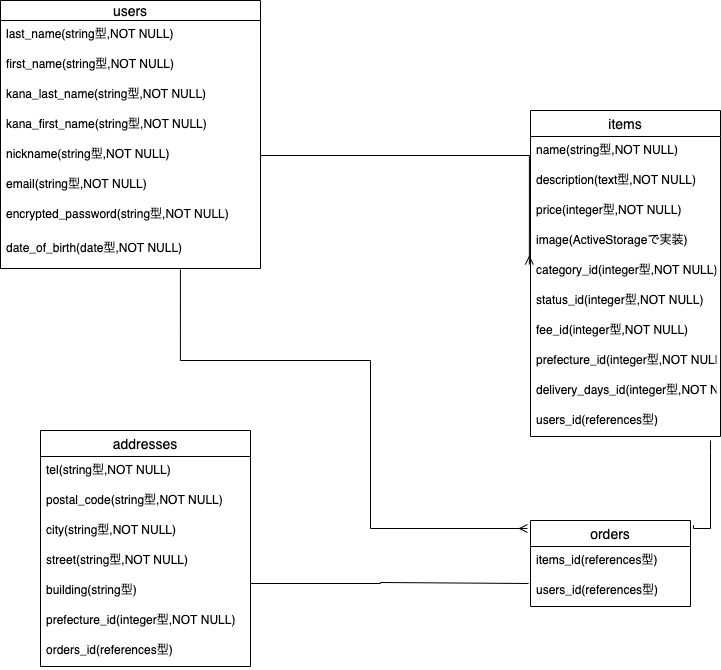
This is er.png from RyousukeOkazaki/furima-36553, a draw.io export, as it was before one commit. Source tidied: cells renumbered, new cells last; positions are measured from the earlier drawing's top-left corner, leaving out a move shared by most shapes.
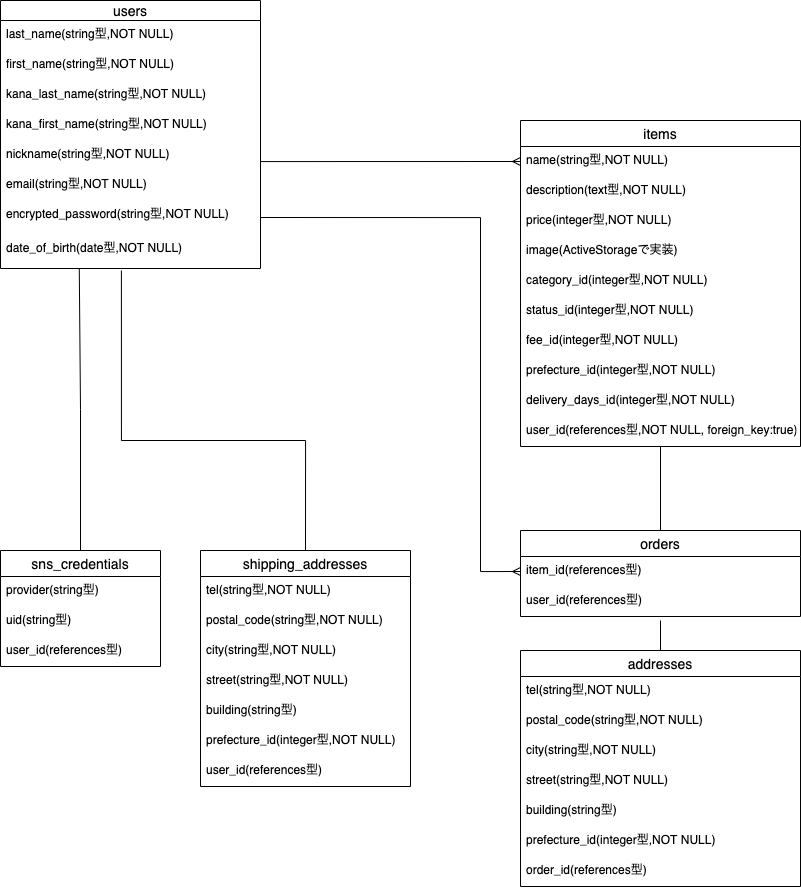
After the change.

What changed in the source:
```diff
@@ -3,7 +3,7 @@
     <mxCell id="0" />
     <mxCell id="1" parent="0" />
     <mxCell id="2" value="users" style="swimlane;fontStyle=0;horizontal=1;startSize=20;align=center;fontSize=14;" parent="1" vertex="1">
-      <mxGeometry width="260" height="268" as="geometry" />
+      <mxGeometry x="10" y="-10" width="260" height="268" as="geometry" />
     </mxCell>
     <mxCell id="3" value="last_name(string型,NOT NULL)" style="text;strokeColor=none;fillColor=none;spacingLeft=4;spacingRight=4;overflow=hidden;fontSize=12;" parent="2" vertex="1">
       <mxGeometry y="20" width="260" height="30" as="geometry" />
@@ -30,103 +30,138 @@
       <mxGeometry y="234" width="260" height="34" as="geometry" />
     </mxCell>
     <mxCell id="11" value="items" style="swimlane;fontStyle=0;horizontal=1;startSize=26;align=center;fontSize=14;" parent="1" vertex="1">
-      <mxGeometry x="530" y="110" width="190" height="326" as="geometry" />
+      <mxGeometry x="530" y="110" width="280" height="326" as="geometry" />
     </mxCell>
     <mxCell id="12" value="name(string型,NOT NULL)" style="text;strokeColor=none;fillColor=none;spacingLeft=4;spacingRight=4;overflow=hidden;points=[[0,0.5],[1,0.5]];portConstraint=eastwest;fontSize=12;" parent="11" vertex="1">
-      <mxGeometry y="26" width="190" height="30" as="geometry" />
+      <mxGeometry y="26" width="280" height="30" as="geometry" />
     </mxCell>
     <mxCell id="13" value="description(text型,NOT NULL)" style="text;strokeColor=none;fillColor=none;spacingLeft=4;spacingRight=4;overflow=hidden;fontSize=12;" parent="11" vertex="1">
-      <mxGeometry y="56" width="190" height="30" as="geometry" />
+      <mxGeometry y="56" width="280" height="30" as="geometry" />
     </mxCell>
     <mxCell id="14" value="price(integer型,NOT NULL)" style="text;strokeColor=none;fillColor=none;spacingLeft=4;spacingRight=4;overflow=hidden;fontSize=12;" parent="11" vertex="1">
-      <mxGeometry y="86" width="190" height="30" as="geometry" />
+      <mxGeometry y="86" width="280" height="30" as="geometry" />
     </mxCell>
     <mxCell id="15" value="image(ActiveStorageで実装)" style="text;strokeColor=none;fillColor=none;spacingLeft=4;spacingRight=4;overflow=hidden;fontSize=12;" parent="11" vertex="1">
-      <mxGeometry y="116" width="190" height="30" as="geometry" />
+      <mxGeometry y="116" width="280" height="30" as="geometry" />
     </mxCell>
     <mxCell id="16" value="category_id(integer型,NOT NULL)" style="text;strokeColor=none;fillColor=none;spacingLeft=4;spacingRight=4;overflow=hidden;fontSize=12;" parent="11" vertex="1">
-      <mxGeometry y="146" width="190" height="30" as="geometry" />
+      <mxGeometry y="146" width="280" height="30" as="geometry" />
     </mxCell>
     <mxCell id="17" value="status_id(integer型,NOT NULL)" style="text;strokeColor=none;fillColor=none;spacingLeft=4;spacingRight=4;overflow=hidden;fontSize=12;" parent="11" vertex="1">
-      <mxGeometry y="176" width="190" height="30" as="geometry" />
+      <mxGeometry y="176" width="280" height="30" as="geometry" />
     </mxCell>
     <mxCell id="18" value="fee_id(integer型,NOT NULL)" style="text;strokeColor=none;fillColor=none;spacingLeft=4;spacingRight=4;overflow=hidden;fontSize=12;" parent="11" vertex="1">
-      <mxGeometry y="206" width="190" height="30" as="geometry" />
+      <mxGeometry y="206" width="280" height="30" as="geometry" />
     </mxCell>
     <mxCell id="19" value="prefecture_id(integer型,NOT NULL)" style="text;strokeColor=none;fillColor=none;spacingLeft=4;spacingRight=4;overflow=hidden;fontSize=12;" parent="11" vertex="1">
-      <mxGeometry y="236" width="190" height="30" as="geometry" />
+      <mxGeometry y="236" width="280" height="30" as="geometry" />
     </mxCell>
     <mxCell id="20" value="delivery_days_id(integer型,NOT NULL)" style="text;strokeColor=none;fillColor=none;spacingLeft=4;spacingRight=4;overflow=hidden;fontSize=12;" parent="11" vertex="1">
-      <mxGeometry y="266" width="190" height="30" as="geometry" />
+      <mxGeometry y="266" width="280" height="30" as="geometry" />
     </mxCell>
-    <mxCell id="21" value="users_id(references型)" style="text;strokeColor=none;fillColor=none;spacingLeft=4;spacingRight=4;overflow=hidden;points=[[0,0.5],[1,0.5]];portConstraint=eastwest;fontSize=12;" parent="11" vertex="1">
-      <mxGeometry y="296" width="190" height="30" as="geometry" />
+    <mxCell id="21" value="user_id(references型,NOT NULL, foreign_key:true)" style="text;strokeColor=none;fillColor=none;spacingLeft=4;spacingRight=4;overflow=hidden;points=[[0,0.5],[1,0.5]];portConstraint=eastwest;fontSize=12;" parent="11" vertex="1">
+      <mxGeometry y="296" width="280" height="30" as="geometry" />
     </mxCell>
+    <mxCell id="37" style="edgeStyle=orthogonalEdgeStyle;rounded=0;jettySize=auto;html=1;exitX=0.5;exitY=0;exitDx=0;exitDy=0;entryX=0.5;entryY=1.133;entryDx=0;entryDy=0;entryPerimeter=0;endArrow=none;endFill=0;" parent="1" edge="1" source="22" target="32">
+      <mxGeometry relative="1" as="geometry" />
+    </mxCell>
     <mxCell id="22" value="addresses" style="swimlane;fontStyle=0;horizontal=1;startSize=26;align=center;fontSize=14;" parent="1" vertex="1">
-      <mxGeometry x="40" y="430" width="210" height="236" as="geometry" />
+      <mxGeometry x="530" y="640" width="280" height="236" as="geometry" />
     </mxCell>
     <mxCell id="23" value="tel(string型,NOT NULL)" style="text;strokeColor=none;fillColor=none;spacingLeft=4;spacingRight=4;overflow=hidden;fontSize=12;" parent="22" vertex="1">
-      <mxGeometry y="26" width="210" height="30" as="geometry" />
+      <mxGeometry y="26" width="280" height="30" as="geometry" />
     </mxCell>
     <mxCell id="24" value="postal_code(string型,NOT NULL)" style="text;strokeColor=none;fillColor=none;spacingLeft=4;spacingRight=4;overflow=hidden;fontSize=12;" parent="22" vertex="1">
-      <mxGeometry y="56" width="210" height="30" as="geometry" />
+      <mxGeometry y="56" width="280" height="30" as="geometry" />
     </mxCell>
     <mxCell id="25" value="city(string型,NOT NULL)" style="text;strokeColor=none;fillColor=none;spacingLeft=4;spacingRight=4;overflow=hidden;points=[[0,0.5],[1,0.5]];portConstraint=eastwest;fontSize=12;" parent="22" vertex="1">
-      <mxGeometry y="86" width="210" height="30" as="geometry" />
+      <mxGeometry y="86" width="280" height="30" as="geometry" />
     </mxCell>
     <mxCell id="26" value="street(string型,NOT NULL)" style="text;strokeColor=none;fillColor=none;spacingLeft=4;spacingRight=4;overflow=hidden;fontSize=12;" parent="22" vertex="1">
-      <mxGeometry y="116" width="210" height="30" as="geometry" />
+      <mxGeometry y="116" width="280" height="30" as="geometry" />
     </mxCell>
     <mxCell id="27" value="building(string型)" style="text;strokeColor=none;fillColor=none;spacingLeft=4;spacingRight=4;overflow=hidden;fontSize=12;" parent="22" vertex="1">
-      <mxGeometry y="146" width="210" height="30" as="geometry" />
+      <mxGeometry y="146" width="280" height="30" as="geometry" />
     </mxCell>
     <mxCell id="28" value="prefecture_id(integer型,NOT NULL)" style="text;strokeColor=none;fillColor=none;spacingLeft=4;spacingRight=4;overflow=hidden;fontSize=12;" parent="22" vertex="1">
-      <mxGeometry y="176" width="210" height="30" as="geometry" />
+      <mxGeometry y="176" width="280" height="30" as="geometry" />
     </mxCell>
-    <mxCell id="29" value="orders_id(references型)" style="text;strokeColor=none;fillColor=none;spacingLeft=4;spacingRight=4;overflow=hidden;fontSize=12;" parent="22" vertex="1">
-      <mxGeometry y="206" width="210" height="30" as="geometry" />
+    <mxCell id="29" value="order_id(references型)" style="text;strokeColor=none;fillColor=none;spacingLeft=4;spacingRight=4;overflow=hidden;fontSize=12;" parent="22" vertex="1">
+      <mxGeometry y="206" width="280" height="30" as="geometry" />
     </mxCell>
+    <mxCell id="38" style="edgeStyle=orthogonalEdgeStyle;rounded=0;jettySize=auto;html=1;exitX=0.5;exitY=0;exitDx=0;exitDy=0;entryX=0.5;entryY=1;entryDx=0;entryDy=0;entryPerimeter=0;endArrow=none;endFill=0;" parent="1" edge="1" source="30" target="21">
+      <mxGeometry relative="1" as="geometry" />
+    </mxCell>
     <mxCell id="30" value="orders" style="swimlane;fontStyle=0;horizontal=1;startSize=26;align=center;fontSize=14;" parent="1" vertex="1">
-      <mxGeometry x="530" y="520" width="160" height="86" as="geometry" />
+      <mxGeometry x="530" y="520" width="280" height="86" as="geometry" />
     </mxCell>
-    <mxCell id="31" value="items_id(references型)    " style="text;strokeColor=none;fillColor=none;spacingLeft=4;spacingRight=4;overflow=hidden;points=[[0,0.5],[1,0.5]];portConstraint=eastwest;fontSize=12;" parent="30" vertex="1">
-      <mxGeometry y="26" width="160" height="30" as="geometry" />
+    <mxCell id="31" value="item_id(references型)    " style="text;strokeColor=none;fillColor=none;spacingLeft=4;spacingRight=4;overflow=hidden;points=[[0,0.5],[1,0.5]];portConstraint=eastwest;fontSize=12;" parent="30" vertex="1">
+      <mxGeometry y="26" width="280" height="30" as="geometry" />
     </mxCell>
-    <mxCell id="32" value="users_id(references型)" style="text;strokeColor=none;fillColor=none;spacingLeft=4;spacingRight=4;overflow=hidden;points=[[0,0.5],[1,0.5]];portConstraint=eastwest;fontSize=12;" parent="30" vertex="1">
-      <mxGeometry y="56" width="160" height="30" as="geometry" />
+    <mxCell id="32" value="user_id(references型)" style="text;strokeColor=none;fillColor=none;spacingLeft=4;spacingRight=4;overflow=hidden;points=[[0,0.5],[1,0.5]];portConstraint=eastwest;fontSize=12;" parent="30" vertex="1">
+      <mxGeometry y="56" width="280" height="30" as="geometry" />
     </mxCell>
-    <mxCell id="33" style="edgeStyle=orthogonalEdgeStyle;rounded=0;jettySize=auto;html=1;endArrow=ERmany;endFill=0;exitX=0.692;exitY=1.029;exitDx=0;exitDy=0;exitPerimeter=0;entryX=-0.019;entryY=0.093;entryDx=0;entryDy=0;entryPerimeter=0;" parent="1" edge="1" source="10" target="30">
-      <mxGeometry relative="1" as="geometry">
-        <Array as="points">
-          <mxPoint x="180" y="360" />
-          <mxPoint x="370" y="360" />
-          <mxPoint x="370" y="528" />
-        </Array>
-      </mxGeometry>
-    </mxCell>
-    <mxCell id="34" style="edgeStyle=orthogonalEdgeStyle;rounded=0;jettySize=auto;html=1;exitX=1;exitY=0.5;exitDx=0;exitDy=0;endArrow=none;endFill=0;entryX=-0.012;entryY=0.233;entryDx=0;entryDy=0;entryPerimeter=0;" parent="1" edge="1" source="25" target="32">
-      <mxGeometry relative="1" as="geometry">
-        <Array as="points">
-          <mxPoint x="250" y="583" />
-          <mxPoint x="380" y="583" />
-          <mxPoint x="380" y="582" />
-        </Array>
-      </mxGeometry>
-    </mxCell>
-    <mxCell id="35" style="edgeStyle=orthogonalEdgeStyle;rounded=0;jettySize=auto;html=1;endArrow=none;endFill=0;entryX=1.019;entryY=0.055;entryDx=0;entryDy=0;entryPerimeter=0;" parent="1" edge="1" target="30">
-      <mxGeometry relative="1" as="geometry">
-        <mxPoint x="710" y="440" as="sourcePoint" />
-        <Array as="points">
-          <mxPoint x="710" y="451" />
-          <mxPoint x="710" y="528" />
-          <mxPoint x="693" y="528" />
-        </Array>
-      </mxGeometry>
-    </mxCell>
-    <mxCell id="36" style="edgeStyle=orthogonalEdgeStyle;rounded=0;jettySize=auto;html=1;exitX=1;exitY=0.5;exitDx=0;exitDy=0;entryX=-0.006;entryY=0.267;entryDx=0;entryDy=0;entryPerimeter=0;endArrow=ERmany;endFill=0;" parent="1" edge="1" source="7">
-      <mxGeometry relative="1" as="geometry">
-        <mxPoint x="528.9" y="264" as="targetPoint" />
-      </mxGeometry>
-    </mxCell>
+    <mxCell id="39" style="edgeStyle=orthogonalEdgeStyle;rounded=0;jettySize=auto;html=1;exitX=0.5;exitY=0;exitDx=0;exitDy=0;entryX=0.303;entryY=1;entryDx=0;entryDy=0;entryPerimeter=0;startArrow=none;startFill=0;endArrow=none;endFill=0;" parent="1" edge="1" source="40" target="10">
+      <mxGeometry relative="1" as="geometry" />
+    </mxCell>
+    <mxCell id="40" value="sns_credentials" style="swimlane;fontStyle=0;horizontal=1;startSize=26;align=center;fontSize=14;" parent="1" vertex="1">
+      <mxGeometry x="10" y="540" width="160" height="116" as="geometry" />
+    </mxCell>
+    <mxCell id="41" value="provider(string型)" style="text;strokeColor=none;fillColor=none;spacingLeft=4;spacingRight=4;overflow=hidden;fontSize=12;" parent="40" vertex="1">
+      <mxGeometry y="26" width="160" height="30" as="geometry" />
+    </mxCell>
+    <mxCell id="42" value="uid(string型)" style="text;strokeColor=none;fillColor=none;spacingLeft=4;spacingRight=4;overflow=hidden;fontSize=12;" parent="40" vertex="1">
+      <mxGeometry y="56" width="160" height="30" as="geometry" />
+    </mxCell>
+    <mxCell id="43" value="user_id(references型)" style="text;strokeColor=none;fillColor=none;spacingLeft=4;spacingRight=4;overflow=hidden;fontSize=12;" parent="40" vertex="1">
+      <mxGeometry y="86" width="160" height="30" as="geometry" />
+    </mxCell>
+    <mxCell id="44" style="edgeStyle=orthogonalEdgeStyle;rounded=0;jettySize=auto;html=1;exitX=0.5;exitY=0;exitDx=0;exitDy=0;endArrow=none;endFill=0;entryX=0.465;entryY=1.059;entryDx=0;entryDy=0;entryPerimeter=0;" parent="1" edge="1" source="45" target="10">
+      <mxGeometry relative="1" as="geometry">
+        <Array as="points">
+          <mxPoint x="315" y="430" />
+          <mxPoint x="131" y="430" />
+        </Array>
+      </mxGeometry>
+    </mxCell>
+    <mxCell id="45" value="shipping_addresses" style="swimlane;fontStyle=0;horizontal=1;startSize=26;align=center;fontSize=14;" parent="1" vertex="1">
+      <mxGeometry x="210" y="540" width="210" height="236" as="geometry" />
+    </mxCell>
+    <mxCell id="46" value="tel(string型,NOT NULL)" style="text;strokeColor=none;fillColor=none;spacingLeft=4;spacingRight=4;overflow=hidden;fontSize=12;" parent="45" vertex="1">
+      <mxGeometry y="26" width="210" height="30" as="geometry" />
+    </mxCell>
+    <mxCell id="47" value="postal_code(string型,NOT NULL)" style="text;strokeColor=none;fillColor=none;spacingLeft=4;spacingRight=4;overflow=hidden;fontSize=12;" parent="45" vertex="1">
+      <mxGeometry y="56" width="210" height="30" as="geometry" />
+    </mxCell>
+    <mxCell id="48" value="city(string型,NOT NULL)" style="text;strokeColor=none;fillColor=none;spacingLeft=4;spacingRight=4;overflow=hidden;fontSize=12;" parent="45" vertex="1">
+      <mxGeometry y="86" width="210" height="30" as="geometry" />
+    </mxCell>
+    <mxCell id="49" value="street(string型,NOT NULL)" style="text;strokeColor=none;fillColor=none;spacingLeft=4;spacingRight=4;overflow=hidden;fontSize=12;" parent="45" vertex="1">
+      <mxGeometry y="116" width="210" height="30" as="geometry" />
+    </mxCell>
+    <mxCell id="50" value="building(string型)" style="text;strokeColor=none;fillColor=none;spacingLeft=4;spacingRight=4;overflow=hidden;fontSize=12;" parent="45" vertex="1">
+      <mxGeometry y="146" width="210" height="30" as="geometry" />
+    </mxCell>
+    <mxCell id="51" value="prefecture_id(integer型,NOT NULL)" style="text;strokeColor=none;fillColor=none;spacingLeft=4;spacingRight=4;overflow=hidden;fontSize=12;" parent="45" vertex="1">
+      <mxGeometry y="176" width="210" height="30" as="geometry" />
+    </mxCell>
+    <mxCell id="52" value="user_id(references型)" style="text;strokeColor=none;fillColor=none;spacingLeft=4;spacingRight=4;overflow=hidden;fontSize=12;" parent="45" vertex="1">
+      <mxGeometry y="206" width="210" height="30" as="geometry" />
+    </mxCell>
+    <mxCell id="53" style="edgeStyle=orthogonalEdgeStyle;rounded=0;jettySize=auto;html=1;exitX=0;exitY=0.5;exitDx=0;exitDy=0;entryX=1;entryY=0.5;entryDx=0;entryDy=0;startArrow=ERmany;startFill=0;endArrow=none;endFill=0;" parent="1" edge="1" source="12" target="7">
+      <mxGeometry relative="1" as="geometry">
+        <Array as="points">
+          <mxPoint x="270" y="151" />
+        </Array>
+      </mxGeometry>
+    </mxCell>
+    <mxCell id="54" style="edgeStyle=orthogonalEdgeStyle;rounded=0;jettySize=auto;html=1;exitX=0;exitY=0.5;exitDx=0;exitDy=0;entryX=1;entryY=0.5;entryDx=0;entryDy=0;startArrow=ERmany;startFill=0;endArrow=none;endFill=0;" parent="1" edge="1" source="31" target="9">
+      <mxGeometry relative="1" as="geometry">
+        <Array as="points">
+          <mxPoint x="490" y="561" />
+          <mxPoint x="490" y="207" />
+        </Array>
+      </mxGeometry>
+    </mxCell>
   </root>
 </mxGraphModel>
```
